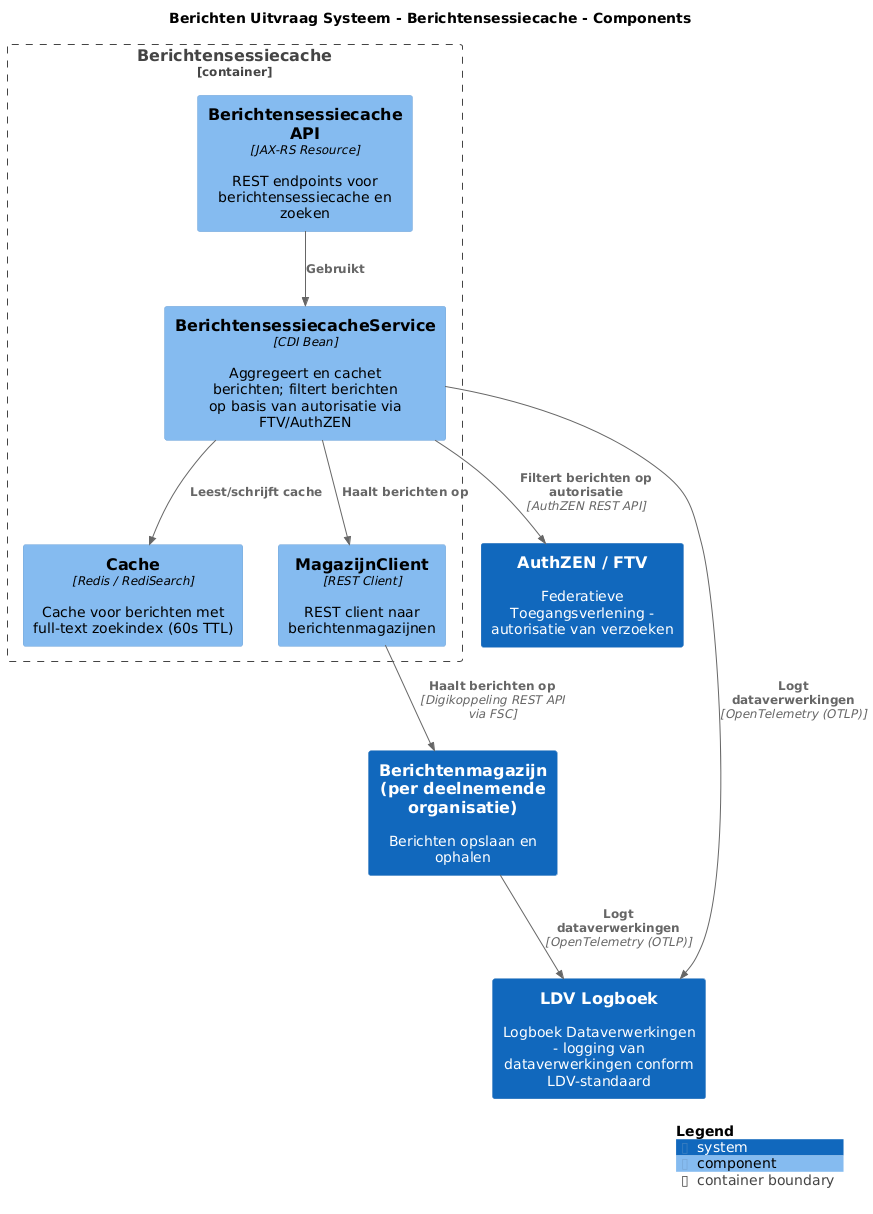
This is master/png/BerichtensessiecacheComponenten.png from MinBZK/moza-poc-fbs-berichtenbox, a PlantUML export, as it was before one commit.
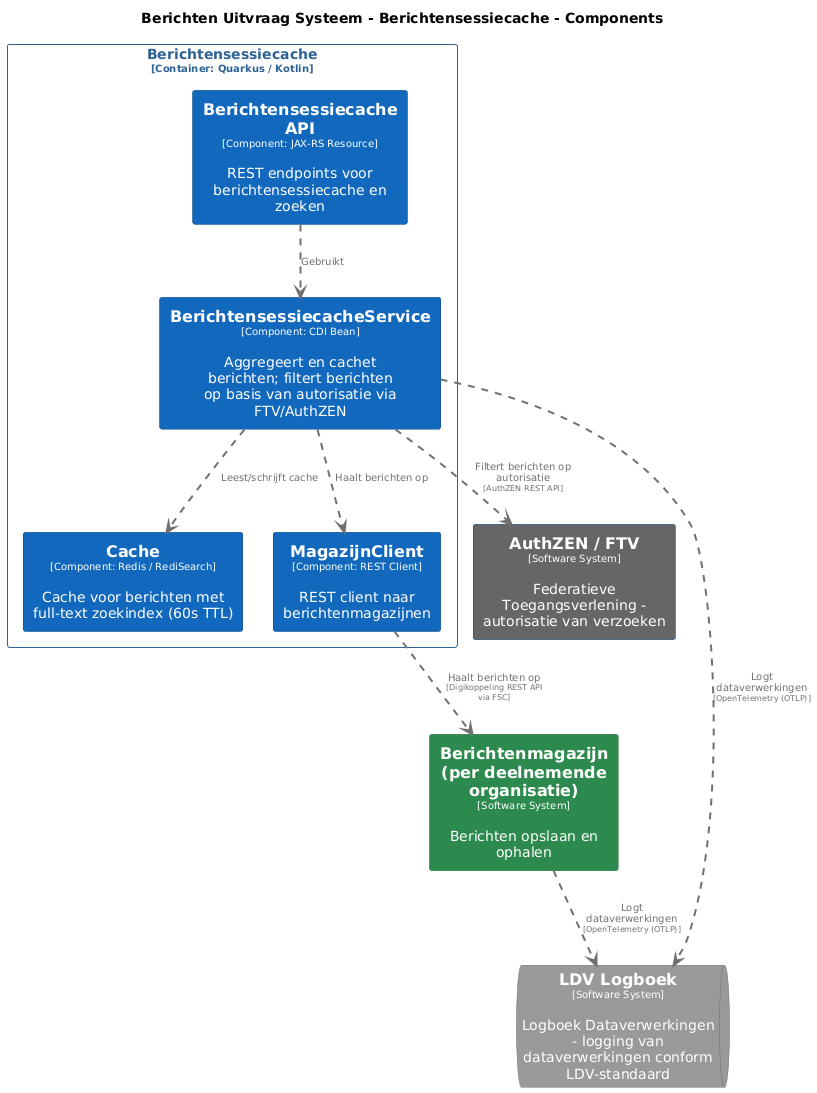
The same file after the commit.

Diff of the diagram source:
```diff
@@ -3,29 +3,82 @@
 title Berichten Uitvraag Systeem - Berichtensessiecache - Components
 
 top to bottom direction
+skinparam ranksep 60
+skinparam nodesep 30
 
-!include <C4/C4>
-!include <C4/C4_Context>
-!include <C4/C4_Component>
-
-System(AuthZENFTV, "AuthZEN / FTV", $descr="Federatieve Toegangsverlening - autorisatie van verzoeken", $tags="", $link="")
-System(Berichtenmagazijnperdeelnemendeorganisatie, "Berichtenmagazijn (per deelnemende organisatie)", $descr="Berichten opslaan en ophalen", $tags="", $link="")
-System(LDVLogboek, "LDV Logboek", $descr="Logboek Dataverwerkingen - logging van dataverwerkingen conform LDV-standaard", $tags="", $link="")
-
-Container_Boundary("BerichtenUitvraagSysteem.Berichtensessiecache_boundary", "Berichtensessiecache", $tags="") {
-  Component(BerichtenUitvraagSysteem.Berichtensessiecache.BerichtensessiecacheAPI, "Berichtensessiecache API", $techn="JAX-RS Resource", $descr="REST endpoints voor berichtensessiecache en zoeken", $tags="", $link="")
-  Component(BerichtenUitvraagSysteem.Berichtensessiecache.BerichtensessiecacheService, "BerichtensessiecacheService", $techn="CDI Bean", $descr="Aggregeert en cachet berichten; filtert berichten op basis van autorisatie via FTV/AuthZEN", $tags="", $link="")
-  Component(BerichtenUitvraagSysteem.Berichtensessiecache.Cache, "Cache", $techn="Redis / RediSearch", $descr="Cache voor berichten met full-text zoekindex (60s TTL)", $tags="", $link="")
-  Component(BerichtenUitvraagSysteem.Berichtensessiecache.MagazijnClient, "MagazijnClient", $techn="REST Client", $descr="REST client naar berichtenmagazijnen", $tags="", $link="")
+skinparam {
+  arrowFontSize 10
+  defaultTextAlignment center
+  wrapWidth 200
+  maxMessageSize 100
 }
 
-Rel(BerichtenUitvraagSysteem.Berichtensessiecache.BerichtensessiecacheService, LDVLogboek, "Logt dataverwerkingen", $techn="OpenTelemetry (OTLP)", $tags="", $link="")
-Rel(BerichtenUitvraagSysteem.Berichtensessiecache.BerichtensessiecacheAPI, BerichtenUitvraagSysteem.Berichtensessiecache.BerichtensessiecacheService, "Gebruikt", $techn="", $tags="", $link="")
-Rel(BerichtenUitvraagSysteem.Berichtensessiecache.BerichtensessiecacheService, BerichtenUitvraagSysteem.Berichtensessiecache.Cache, "Leest/schrijft cache", $techn="", $tags="", $link="")
-Rel(BerichtenUitvraagSysteem.Berichtensessiecache.BerichtensessiecacheService, BerichtenUitvraagSysteem.Berichtensessiecache.MagazijnClient, "Haalt berichten op", $techn="", $tags="", $link="")
-Rel(BerichtenUitvraagSysteem.Berichtensessiecache.BerichtensessiecacheService, AuthZENFTV, "Filtert berichten op autorisatie", $techn="AuthZEN REST API", $tags="", $link="")
-Rel(BerichtenUitvraagSysteem.Berichtensessiecache.MagazijnClient, Berichtenmagazijnperdeelnemendeorganisatie, "Haalt berichten op", $techn="Digikoppeling REST API via FSC", $tags="", $link="")
-Rel(Berichtenmagazijnperdeelnemendeorganisatie, LDVLogboek, "Logt dataverwerkingen", $techn="OpenTelemetry (OTLP)", $tags="", $link="")
+hide stereotype
 
-SHOW_LEGEND(true)
+skinparam rectangle<<AuthZENFTV>> {
+  BackgroundColor #666666
+  FontColor #ffffff
+  BorderColor #0b4884
+  shadowing false
+}
+skinparam rectangle<<Berichtenmagazijnperdeelnemendeorganisatie>> {
+  BackgroundColor #2d8a4e
+  FontColor #ffffff
+  BorderColor #1e6b38
+  shadowing false
+}
+skinparam rectangle<<BerichtenUitvraagSysteem.Berichtensessiecache.BerichtensessiecacheAPI>> {
+  BackgroundColor #1168bd
+  FontColor #ffffff
+  BorderColor #0b4884
+  shadowing false
+}
+skinparam rectangle<<BerichtenUitvraagSysteem.Berichtensessiecache.BerichtensessiecacheService>> {
+  BackgroundColor #1168bd
+  FontColor #ffffff
+  BorderColor #0b4884
+  shadowing false
+}
+skinparam rectangle<<BerichtenUitvraagSysteem.Berichtensessiecache.Cache>> {
+  BackgroundColor #1168bd
+  FontColor #ffffff
+  BorderColor #0b4884
+  shadowing false
+}
+skinparam queue<<LDVLogboek>> {
+  BackgroundColor #999999
+  FontColor #ffffff
+  BorderColor #6b6b6b
+  shadowing false
+}
+skinparam rectangle<<BerichtenUitvraagSysteem.Berichtensessiecache.MagazijnClient>> {
+  BackgroundColor #1168bd
+  FontColor #ffffff
+  BorderColor #0b4884
+  shadowing false
+}
+skinparam rectangle<<BerichtenUitvraagSysteem.Berichtensessiecache>> {
+  BorderColor #2e6295
+  FontColor #2e6295
+  shadowing false
+}
+
+rectangle "==AuthZEN / FTV\n<size:10>[Software System]</size>\n\nFederatieve Toegangsverlening - autorisatie van verzoeken" <<AuthZENFTV>> as AuthZENFTV
+rectangle "==Berichtenmagazijn (per deelnemende organisatie)\n<size:10>[Software System]</size>\n\nBerichten opslaan en ophalen" <<Berichtenmagazijnperdeelnemendeorganisatie>> as Berichtenmagazijnperdeelnemendeorganisatie
+queue "==LDV Logboek\n<size:10>[Software System]</size>\n\nLogboek Dataverwerkingen - logging van dataverwerkingen conform LDV-standaard" <<LDVLogboek>> as LDVLogboek
+
+rectangle "Berichtensessiecache\n<size:10>[Container: Quarkus / Kotlin]</size>" <<BerichtenUitvraagSysteem.Berichtensessiecache>> {
+  rectangle "==Berichtensessiecache API\n<size:10>[Component: JAX-RS Resource]</size>\n\nREST endpoints voor berichtensessiecache en zoeken" <<BerichtenUitvraagSysteem.Berichtensessiecache.BerichtensessiecacheAPI>> as BerichtenUitvraagSysteem.Berichtensessiecache.BerichtensessiecacheAPI
+  rectangle "==BerichtensessiecacheService\n<size:10>[Component: CDI Bean]</size>\n\nAggregeert en cachet berichten; filtert berichten op basis van autorisatie via FTV/AuthZEN" <<BerichtenUitvraagSysteem.Berichtensessiecache.BerichtensessiecacheService>> as BerichtenUitvraagSysteem.Berichtensessiecache.BerichtensessiecacheService
+  rectangle "==Cache\n<size:10>[Component: Redis / RediSearch]</size>\n\nCache voor berichten met full-text zoekindex (60s TTL)" <<BerichtenUitvraagSysteem.Berichtensessiecache.Cache>> as BerichtenUitvraagSysteem.Berichtensessiecache.Cache
+  rectangle "==MagazijnClient\n<size:10>[Component: REST Client]</size>\n\nREST client naar berichtenmagazijnen" <<BerichtenUitvraagSysteem.Berichtensessiecache.MagazijnClient>> as BerichtenUitvraagSysteem.Berichtensessiecache.MagazijnClient
+}
+
+BerichtenUitvraagSysteem.Berichtensessiecache.BerichtensessiecacheService .[#707070,thickness=2].> LDVLogboek : "<color:#707070>Logt dataverwerkingen\n<color:#707070><size:8>[OpenTelemetry (OTLP)]</size>"
+BerichtenUitvraagSysteem.Berichtensessiecache.BerichtensessiecacheAPI .[#707070,thickness=2].> BerichtenUitvraagSysteem.Berichtensessiecache.BerichtensessiecacheService : "<color:#707070>Gebruikt"
+BerichtenUitvraagSysteem.Berichtensessiecache.BerichtensessiecacheService .[#707070,thickness=2].> BerichtenUitvraagSysteem.Berichtensessiecache.Cache : "<color:#707070>Leest/schrijft cache"
+BerichtenUitvraagSysteem.Berichtensessiecache.BerichtensessiecacheService .[#707070,thickness=2].> BerichtenUitvraagSysteem.Berichtensessiecache.MagazijnClient : "<color:#707070>Haalt berichten op"
+BerichtenUitvraagSysteem.Berichtensessiecache.BerichtensessiecacheService .[#707070,thickness=2].> AuthZENFTV : "<color:#707070>Filtert berichten op autorisatie\n<color:#707070><size:8>[AuthZEN REST API]</size>"
+BerichtenUitvraagSysteem.Berichtensessiecache.MagazijnClient .[#707070,thickness=2].> Berichtenmagazijnperdeelnemendeorganisatie : "<color:#707070>Haalt berichten op\n<color:#707070><size:8>[Digikoppeling REST API via FSC]</size>"
+Berichtenmagazijnperdeelnemendeorganisatie .[#707070,thickness=2].> LDVLogboek : "<color:#707070>Logt dataverwerkingen\n<color:#707070><size:8>[OpenTelemetry (OTLP)]</size>"
 @enduml
```
